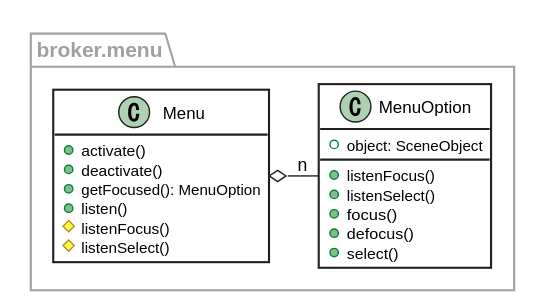
Earlier version of the PlantUML export docs/menu.svg (fal-works/broker). Source of this version:
```plantuml
@startuml menu


skinparam shadowing false
skinparam backgroundColor White
skinparam package {
  BorderColor #A0A0A0
  FontColor #A0A0A0
}
skinparam class {
  BackgroundColor White
  ArrowColor #202020
  BorderColor #202020
  FontColor #000000
}
skinparam note {
  BackgroundColor White
  FontColor #606060
  BorderColor #C0C0C0
}
skinparam stereotypeIBackgroundColor Lavender
hide empty members


package broker.menu {
	class Menu {
    +activate()
    +deactivate()
    +getFocused(): MenuOption
    +listen()
    #listenFocus()
    #listenSelect()
  }
	class MenuOption {
    +object: SceneObject
    +listenFocus()
    +listenSelect()
    +focus()
    +defocus()
    +select()
  }

  Menu o-r- "n" MenuOption
}

@enduml
```
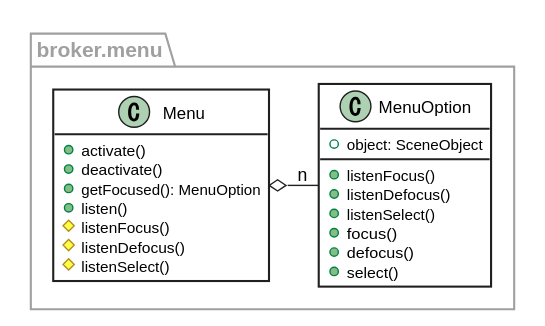
The same file after the commit.

Commit message:
menu: add listenDefocus()

What changed in the source:
```diff
@@ -29,11 +29,13 @@
     +getFocused(): MenuOption
     +listen()
     #listenFocus()
+    #listenDefocus()
     #listenSelect()
   }
 	class MenuOption {
     +object: SceneObject
     +listenFocus()
+    +listenDefocus()
     +listenSelect()
     +focus()
     +defocus()
```
